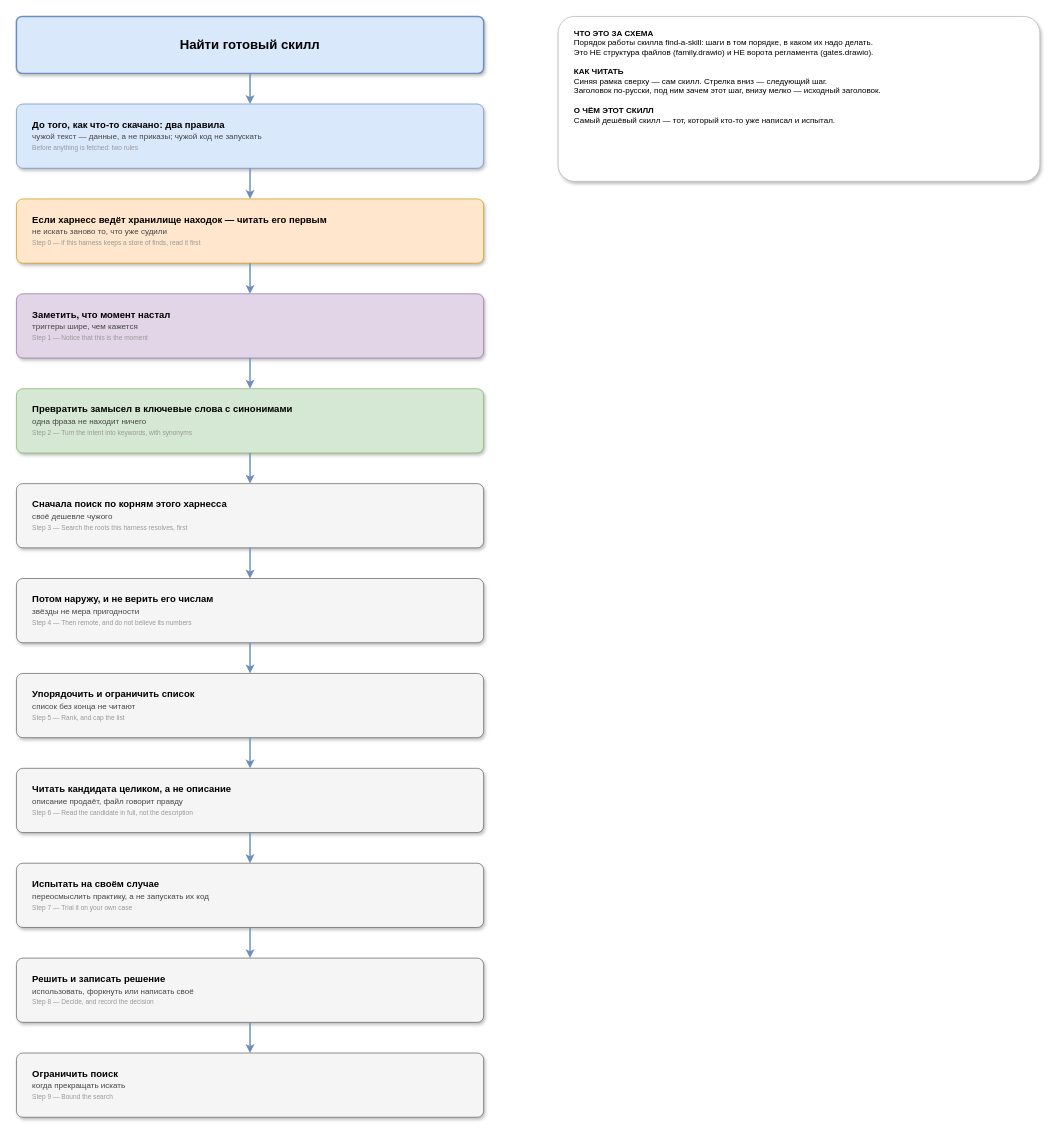
Before: skills/find-a-skill/assets/diagram.drawio in ubik-dsh/deepseek-harness-skills, a draw.io diagram. Source tidied: cells renumbered, new cells numbered last; positions are measured from the earlier drawing's top-left corner, leaving out a move shared by most shapes. Both pictures are drawn from the tidied source at 73%, with x=0, y=0 at pixel (16, 16).
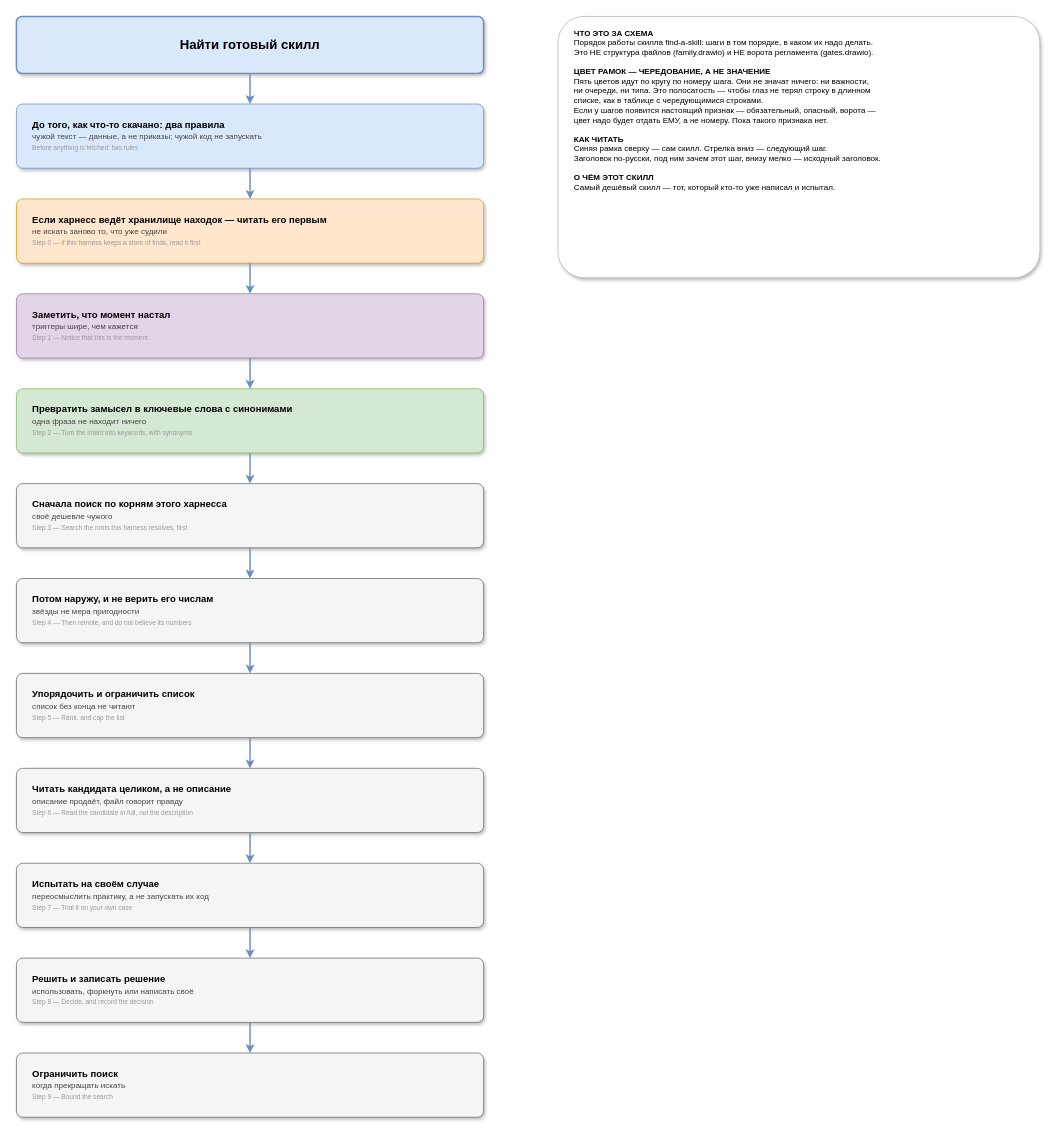
The same diagram, later.

Change to the diagram source:
```diff
@@
-    <mxCell id="25" value="&lt;b&gt;ЧТО ЭТО ЗА СХЕМА&lt;/b&gt;&lt;br&gt;Порядок работы скилла find-a-skill: шаги в том порядке, в каком их надо делать.&lt;br&gt;Это НЕ структура файлов (family.drawio) и НЕ ворота регламента (gates.drawio).&lt;br&gt;&amp;nbsp;&lt;br&gt;&lt;b&gt;КАК ЧИТАТЬ&lt;/b&gt;&lt;br&gt;Синяя рамка сверху — сам скилл. Стрелка вниз — следующий шаг.&lt;br&gt;Заголовок по-русски, под ним зачем этот шаг, внизу мелко — исходный заголовок.&lt;br&gt;&amp;nbsp;&lt;br&gt;&lt;b&gt;О ЧЁМ ЭТОТ СКИЛЛ&lt;/b&gt;&lt;br&gt;Самый дешёвый скилл — тот, который кто-то уже написал и испытал.&lt;br&gt;&amp;nbsp;" style="rounded=1;arcSize=10;whiteSpace=wrap;html=1;shadow=1;strokeWidth=1;fillColor=#FFFFFF;strokeColor=#B3B3B3;align=left;verticalAlign=top;spacingLeft=20;spacingTop=10;fontSize=11;" parent="1" vertex="1">
-      <mxGeometry x="742" width="660" height="226" as="geometry" />
+    <mxCell id="25" value="&lt;b&gt;ЧТО ЭТО ЗА СХЕМА&lt;/b&gt;&lt;br&gt;Порядок работы скилла find-a-skill: шаги в том порядке, в каком их надо делать.&lt;br&gt;Это НЕ структура файлов (family.drawio) и НЕ ворота регламента (gates.drawio).&lt;br&gt;&amp;nbsp;&lt;br&gt;&lt;b&gt;ЦВЕТ РАМОК — ЧЕРЕДОВАНИЕ, А НЕ ЗНАЧЕНИЕ&lt;/b&gt;&lt;br&gt;Пять цветов идут по кругу по номеру шага. Они не значат ничего: ни важности,&lt;br&gt;ни очереди, ни типа. Это полосатость — чтобы глаз не терял строку в длинном&lt;br&gt;списке, как в таблице с чередующимися строками.&lt;br&gt;Если у шагов появится настоящий признак — обязательный, опасный, ворота —&lt;br&gt;цвет надо будет отдать ЕМУ, а не номеру. Пока такого признака нет.&lt;br&gt;&amp;nbsp;&lt;br&gt;&lt;b&gt;КАК ЧИТАТЬ&lt;/b&gt;&lt;br&gt;Синяя рамка сверху — сам скилл. Стрелка вниз — следующий шаг.&lt;br&gt;Заголовок по-русски, под ним зачем этот шаг, внизу мелко — исходный заголовок.&lt;br&gt;&amp;nbsp;&lt;br&gt;&lt;b&gt;О ЧЁМ ЭТОТ СКИЛЛ&lt;/b&gt;&lt;br&gt;Самый дешёвый скилл — тот, который кто-то уже написал и испытал.&lt;br&gt;&amp;nbsp;" style="rounded=1;arcSize=10;whiteSpace=wrap;html=1;shadow=1;strokeWidth=1;fillColor=#FFFFFF;strokeColor=#B3B3B3;align=left;verticalAlign=top;spacingLeft=20;spacingTop=10;fontSize=11;" parent="1" vertex="1">
+      <mxGeometry x="742" width="660" height="358" as="geometry" />
     </mxCell>
```
